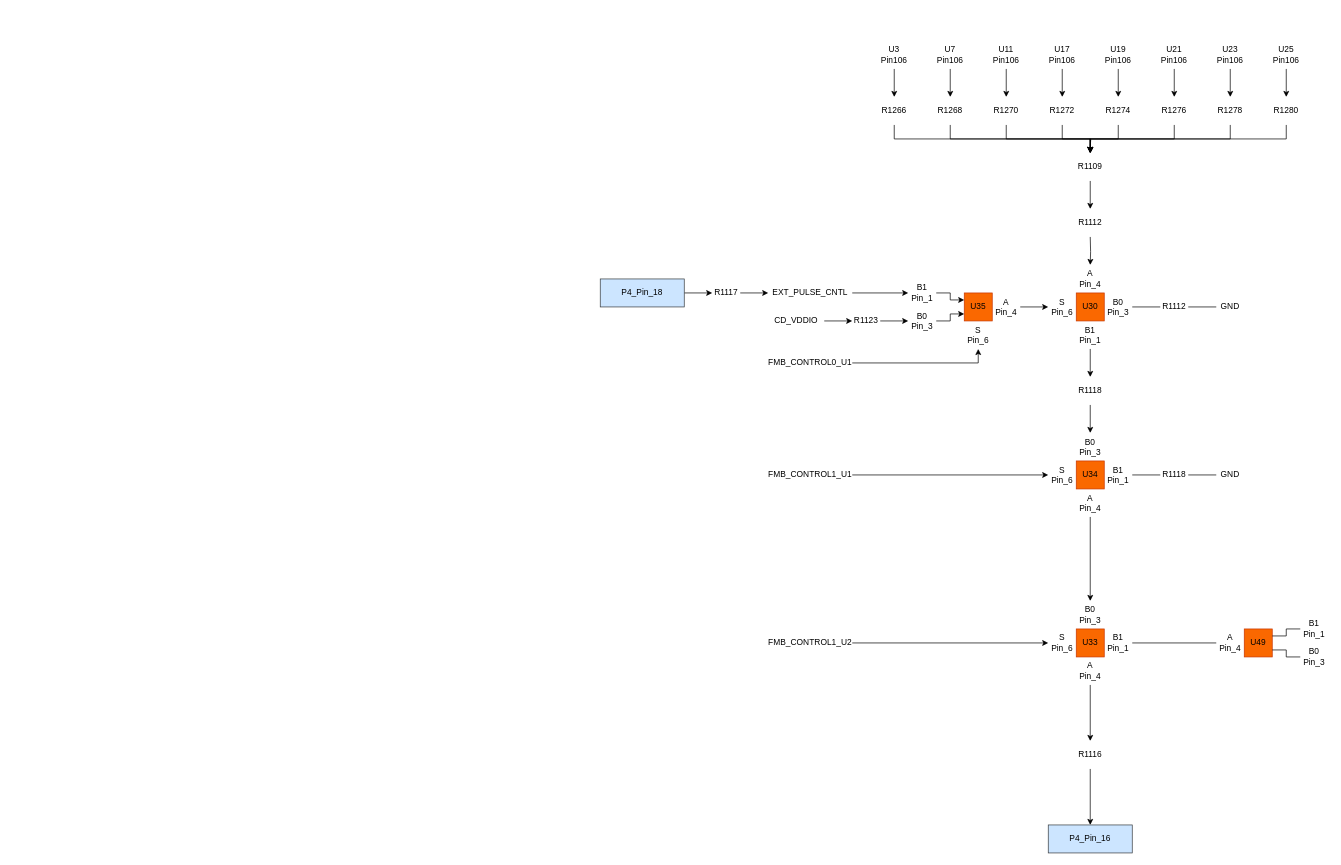
Before: AI_QC.drawio in lkebnl/Draw_IO, a draw.io diagram. Source tidied: cells renumbered, new cells numbered last; positions are measured from the earlier drawing's top-left corner, leaving out a move shared by most shapes. Both pictures are drawn from the tidied source at 70%, with x=0, y=0 at pixel (600, 41).
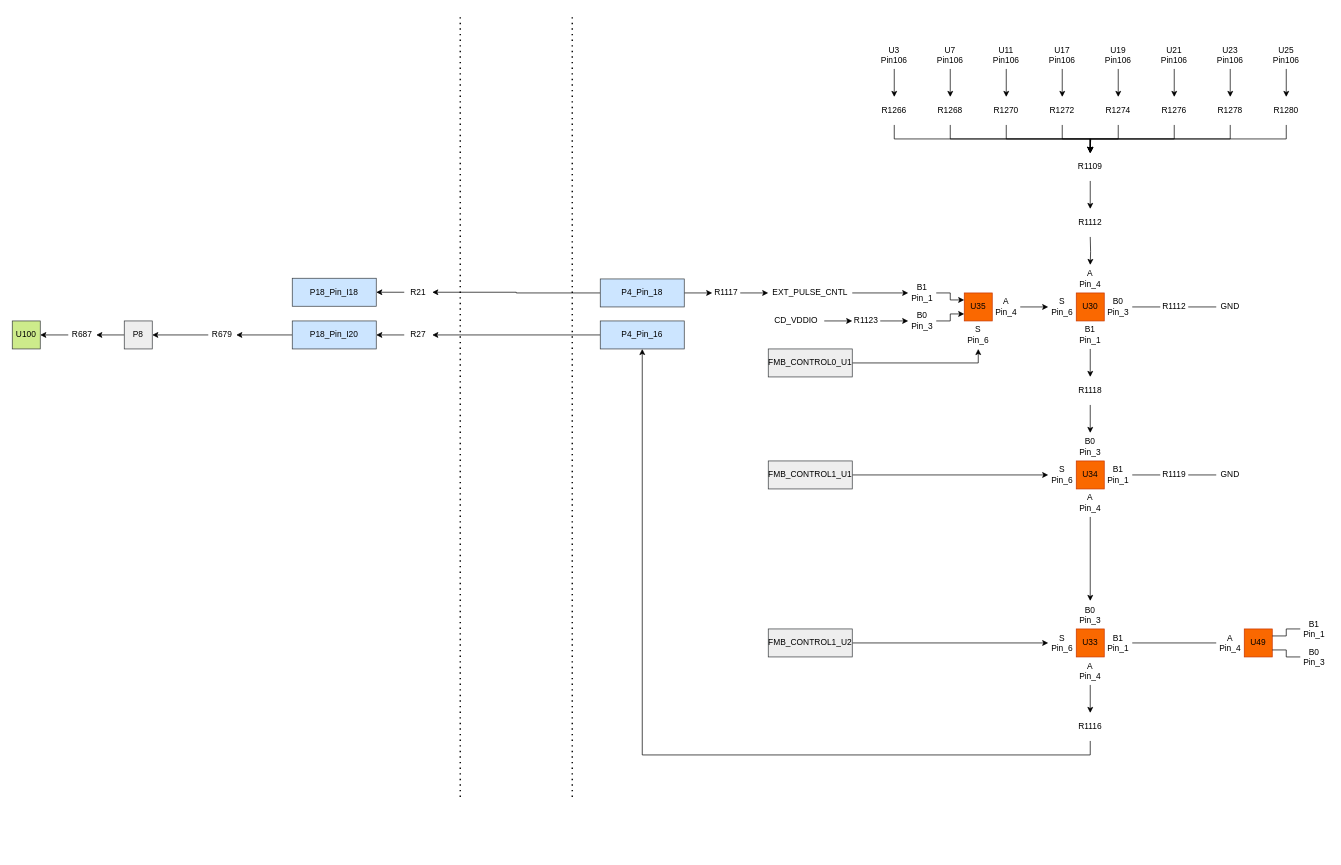
The same diagram, later.

The change refers to these unchanged cells:
```xml
<mxCell id="99" value="P4_Pin_18" style="text;html=1;align=center;verticalAlign=middle;whiteSpace=wrap;rounded=0;fillColor=#cce5ff;strokeColor=#36393d;" parent="1" vertex="1">
  <mxGeometry y="340" width="120" height="40" as="geometry" />
</mxCell>
```

The edit, as a diff of the source:
```diff
@@
-    <mxCell id="72" value="R1118" style="text;html=1;align=center;verticalAlign=middle;whiteSpace=wrap;rounded=0;" parent="1" vertex="1">
+    <mxCell id="72" value="R1119" style="text;html=1;align=center;verticalAlign=middle;whiteSpace=wrap;rounded=0;" parent="1" vertex="1">
       <mxGeometry x="800" y="600" width="40" height="40" as="geometry" />
     </mxCell>
@@
-    <mxCell id="76" value="FMB_CONTROL0_U1" style="text;html=1;align=center;verticalAlign=middle;whiteSpace=wrap;rounded=0;" parent="1" vertex="1">
+    <mxCell id="76" value="FMB_CONTROL0_U1" style="text;html=1;align=center;verticalAlign=middle;whiteSpace=wrap;rounded=0;fillColor=#eeeeee;strokeColor=#36393d;" parent="1" vertex="1">
       <mxGeometry x="240" y="440" width="120" height="40" as="geometry" />
     </mxCell>
@@
-    <mxCell id="78" value="FMB_CONTROL1_U1" style="text;html=1;align=center;verticalAlign=middle;whiteSpace=wrap;rounded=0;" parent="1" vertex="1">
+    <mxCell id="78" value="FMB_CONTROL1_U1" style="text;html=1;align=center;verticalAlign=middle;whiteSpace=wrap;rounded=0;fillColor=#eeeeee;strokeColor=#36393d;" parent="1" vertex="1">
       <mxGeometry x="240" y="600" width="120" height="40" as="geometry" />
     </mxCell>
@@
-    <mxCell id="85" value="FMB_CONTROL1_U2" style="text;html=1;align=center;verticalAlign=middle;whiteSpace=wrap;rounded=0;" parent="1" vertex="1">
+    <mxCell id="85" value="FMB_CONTROL1_U2" style="text;html=1;align=center;verticalAlign=middle;whiteSpace=wrap;rounded=0;fillColor=#eeeeee;strokeColor=#36393d;" parent="1" vertex="1">
       <mxGeometry x="240" y="840" width="120" height="40" as="geometry" />
     </mxCell>
@@
-    <mxCell id="93" style="edgeStyle=orthogonalEdgeStyle;rounded=0;jettySize=auto;html=1;exitX=0.5;exitY=1;exitDx=0;exitDy=0;entryX=0.5;entryY=0;entryDx=0;entryDy=0;" parent="1" edge="1" source="94" target="97">
+    <mxCell id="93" style="edgeStyle=orthogonalEdgeStyle;rounded=0;jettySize=auto;html=1;exitX=0.5;exitY=1;exitDx=0;exitDy=0;entryX=0.5;entryY=1;entryDx=0;entryDy=0;" parent="1" edge="1" source="94" target="97">
       <mxGeometry relative="1" as="geometry" />
     </mxCell>
     <mxCell id="94" value="R1116" style="text;html=1;align=center;verticalAlign=middle;whiteSpace=wrap;rounded=0;" parent="1" vertex="1">
-      <mxGeometry x="680" y="1000" width="40" height="40" as="geometry" />
+      <mxGeometry x="680" y="960" width="40" height="40" as="geometry" />
     </mxCell>
@@
+    <mxCell id="100" style="edgeStyle=orthogonalEdgeStyle;rounded=0;jettySize=auto;html=1;exitX=0;exitY=0.5;exitDx=0;exitDy=0;" parent="1" edge="1" source="97" target="110">
+      <mxGeometry relative="1" as="geometry" />
+    </mxCell>
     <mxCell id="97" value="P4_Pin_16" style="text;html=1;align=center;verticalAlign=middle;whiteSpace=wrap;rounded=0;fillColor=#cce5ff;strokeColor=#36393d;" parent="1" vertex="1">
-      <mxGeometry x="640" y="1120" width="120" height="40" as="geometry" />
+      <mxGeometry y="400" width="120" height="40" as="geometry" />
     </mxCell>
@@
+    <mxCell id="101" style="edgeStyle=orthogonalEdgeStyle;rounded=0;jettySize=auto;html=1;exitX=0;exitY=0.5;exitDx=0;exitDy=0;entryX=1;entryY=0.5;entryDx=0;entryDy=0;" parent="1" edge="1" source="99" target="108">
+      <mxGeometry relative="1" as="geometry" />
+    </mxCell>
@@
+    <mxCell id="102" style="endArrow=none;dashed=1;html=1;dashPattern=1 3;strokeWidth=2;rounded=0;" parent="1" edge="1">
+      <mxGeometry relative="1" as="geometry">
+        <mxPoint x="-40" y="1080" as="sourcePoint" />
+        <mxPoint x="-40" y="-40" as="targetPoint" />
+      </mxGeometry>
+    </mxCell>
+    <mxCell id="103" style="endArrow=none;dashed=1;html=1;dashPattern=1 3;strokeWidth=2;rounded=0;" parent="1" edge="1">
+      <mxGeometry relative="1" as="geometry">
+        <mxPoint x="-200" y="1080" as="sourcePoint" />
+        <mxPoint x="-200" y="-40" as="targetPoint" />
+      </mxGeometry>
+    </mxCell>
+    <mxCell id="104" style="edgeStyle=orthogonalEdgeStyle;rounded=0;jettySize=auto;html=1;exitX=0;exitY=0.5;exitDx=0;exitDy=0;entryX=1;entryY=0.5;entryDx=0;entryDy=0;" parent="1" edge="1" source="105" target="114">
+      <mxGeometry relative="1" as="geometry" />
+    </mxCell>
+    <mxCell id="105" value="P18_Pin_I20" style="text;html=1;align=center;verticalAlign=middle;whiteSpace=wrap;rounded=0;fillColor=#cce5ff;strokeColor=#36393d;" parent="1" vertex="1">
+      <mxGeometry x="-440" y="400" width="120" height="40" as="geometry" />
+    </mxCell>
+    <mxCell id="106" value="P18_Pin_I18" style="text;html=1;align=center;verticalAlign=middle;whiteSpace=wrap;rounded=0;fillColor=#cce5ff;strokeColor=#36393d;" parent="1" vertex="1">
+      <mxGeometry x="-440" y="339" width="120" height="40" as="geometry" />
+    </mxCell>
+    <mxCell id="107" style="edgeStyle=orthogonalEdgeStyle;rounded=0;jettySize=auto;html=1;exitX=0;exitY=0.5;exitDx=0;exitDy=0;entryX=1;entryY=0.5;entryDx=0;entryDy=0;" parent="1" edge="1" source="108" target="106">
+      <mxGeometry relative="1" as="geometry" />
+    </mxCell>
+    <mxCell id="108" value="R21" style="text;html=1;align=center;verticalAlign=middle;whiteSpace=wrap;rounded=0;" parent="1" vertex="1">
+      <mxGeometry x="-280" y="339" width="40" height="40" as="geometry" />
+    </mxCell>
+    <mxCell id="109" style="edgeStyle=orthogonalEdgeStyle;rounded=0;jettySize=auto;html=1;exitX=0;exitY=0.5;exitDx=0;exitDy=0;entryX=1;entryY=0.5;entryDx=0;entryDy=0;" parent="1" edge="1" source="110" target="105">
+      <mxGeometry relative="1" as="geometry" />
+    </mxCell>
+    <mxCell id="110" value="R27" style="text;html=1;align=center;verticalAlign=middle;whiteSpace=wrap;rounded=0;" parent="1" vertex="1">
+      <mxGeometry x="-280" y="400" width="40" height="40" as="geometry" />
+    </mxCell>
+    <mxCell id="111" style="edgeStyle=orthogonalEdgeStyle;rounded=0;jettySize=auto;html=1;exitX=0;exitY=0.5;exitDx=0;exitDy=0;entryX=1;entryY=0.5;entryDx=0;entryDy=0;" parent="1" edge="1" source="112" target="116">
+      <mxGeometry relative="1" as="geometry" />
+    </mxCell>
+    <mxCell id="112" value="P8" style="text;html=1;align=center;verticalAlign=middle;whiteSpace=wrap;rounded=0;fillColor=#eeeeee;strokeColor=#36393d;" parent="1" vertex="1">
+      <mxGeometry x="-680" y="400" width="40" height="40" as="geometry" />
+    </mxCell>
+    <mxCell id="113" style="edgeStyle=orthogonalEdgeStyle;rounded=0;jettySize=auto;html=1;exitX=0;exitY=0.5;exitDx=0;exitDy=0;entryX=1;entryY=0.5;entryDx=0;entryDy=0;" parent="1" edge="1" source="114" target="112">
+      <mxGeometry relative="1" as="geometry" />
+    </mxCell>
+    <mxCell id="114" value="R679" style="text;html=1;align=center;verticalAlign=middle;whiteSpace=wrap;rounded=0;" parent="1" vertex="1">
+      <mxGeometry x="-560" y="400" width="40" height="40" as="geometry" />
+    </mxCell>
+    <mxCell id="115" style="edgeStyle=orthogonalEdgeStyle;rounded=0;jettySize=auto;html=1;exitX=0;exitY=0.5;exitDx=0;exitDy=0;entryX=1;entryY=0.5;entryDx=0;entryDy=0;" parent="1" edge="1" source="116" target="117">
+      <mxGeometry relative="1" as="geometry" />
+    </mxCell>
+    <mxCell id="116" value="R687" style="text;html=1;align=center;verticalAlign=middle;whiteSpace=wrap;rounded=0;" parent="1" vertex="1">
+      <mxGeometry x="-760" y="400" width="40" height="40" as="geometry" />
+    </mxCell>
+    <mxCell id="117" value="U100" style="text;html=1;align=center;verticalAlign=middle;whiteSpace=wrap;rounded=0;fillColor=#cdeb8b;strokeColor=#36393d;" parent="1" vertex="1">
+      <mxGeometry x="-840" y="400" width="40" height="40" as="geometry" />
+    </mxCell>
```
